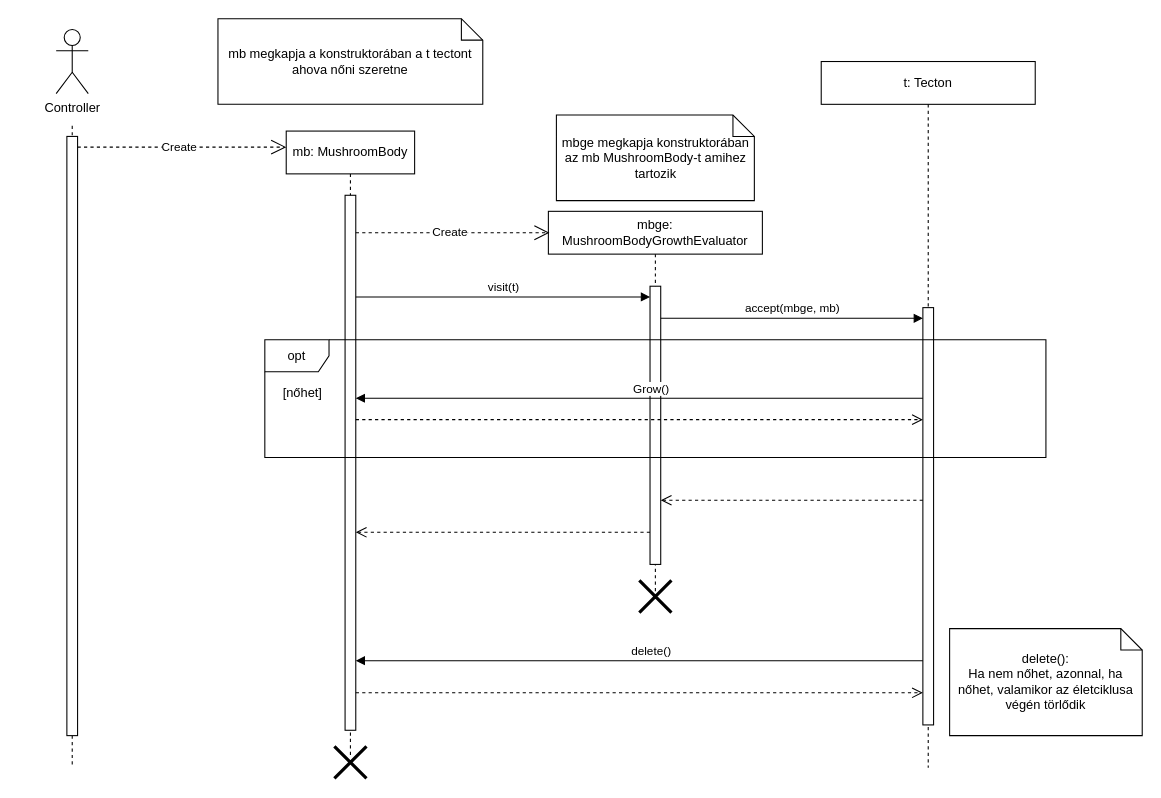
Earlier version of the draw.io diagram page "MushroomBodyGrow" (3 of 12) of 6_szkeleton_beadasa/Szekvencia_Diagrammok.drawio (koharzsombor/bandITs). Source tidied: cells renumbered, new cells numbered last; positions are measured from the earlier drawing's top-left corner, leaving out a move shared by most shapes. Both pictures are drawn from the tidied source at 107%, with x=0, y=0 at pixel (18, 18).
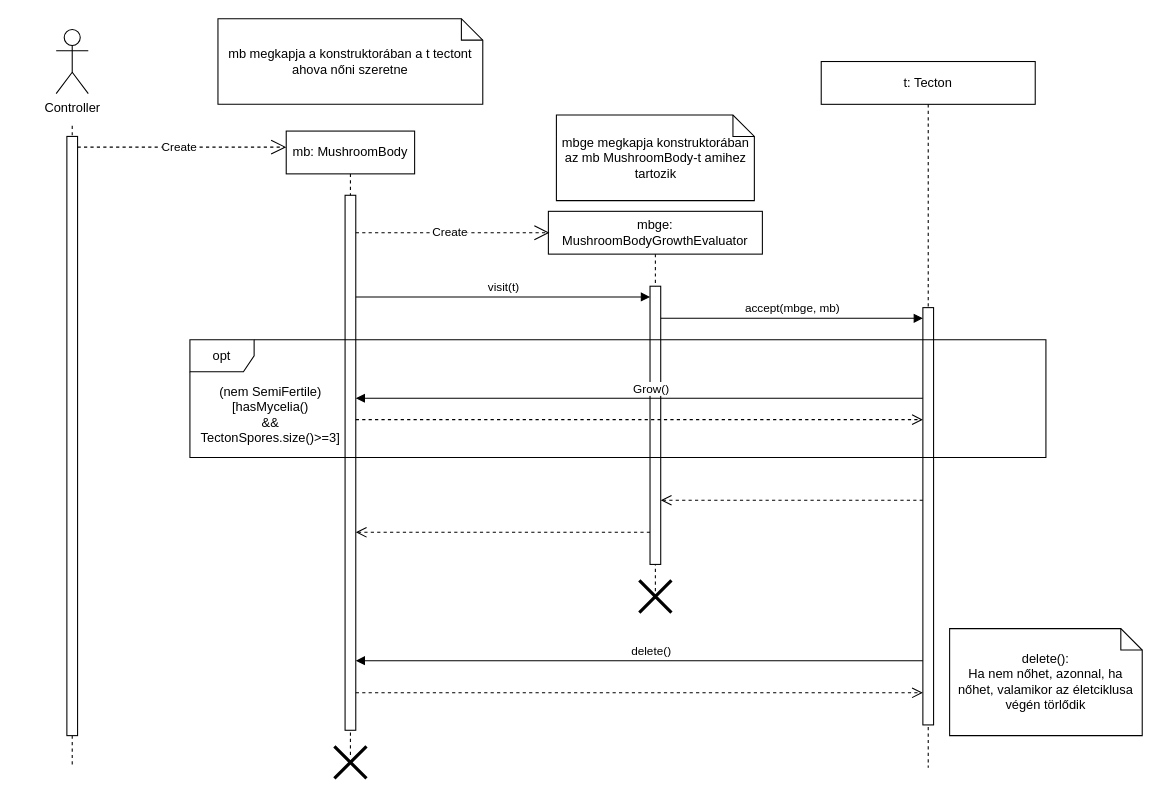
The same diagram, later.

Diff of the diagram source:
```diff
@@
     <mxCell id="15" value="opt" style="shape=umlFrame;whiteSpace=wrap;html=1;" parent="1" vertex="1">
-      <mxGeometry x="230" y="300" width="730" height="110" as="geometry" />
+      <mxGeometry x="160" y="300" width="800" height="110" as="geometry" />
     </mxCell>
-    <mxCell id="16" value="[nőhet]" style="text;html=1;align=center;verticalAlign=middle;" parent="1" vertex="1">
-      <mxGeometry x="235" y="335" width="60" height="30" as="geometry" />
+    <mxCell id="16" value="(nem SemiFertile)&lt;div&gt;[hasMycelia()&lt;div&gt;&amp;amp;&amp;amp;&lt;/div&gt;&lt;div&gt;TectonSpores.size()&amp;gt;=3&lt;span style=&quot;background-color: transparent; color: light-dark(rgb(0, 0, 0), rgb(255, 255, 255));&quot;&gt;]&lt;/span&gt;&lt;/div&gt;&lt;/div&gt;" style="text;html=1;align=center;verticalAlign=middle;" parent="1" vertex="1">
+      <mxGeometry x="160" y="335" width="150" height="70" as="geometry" />
     </mxCell>
```
